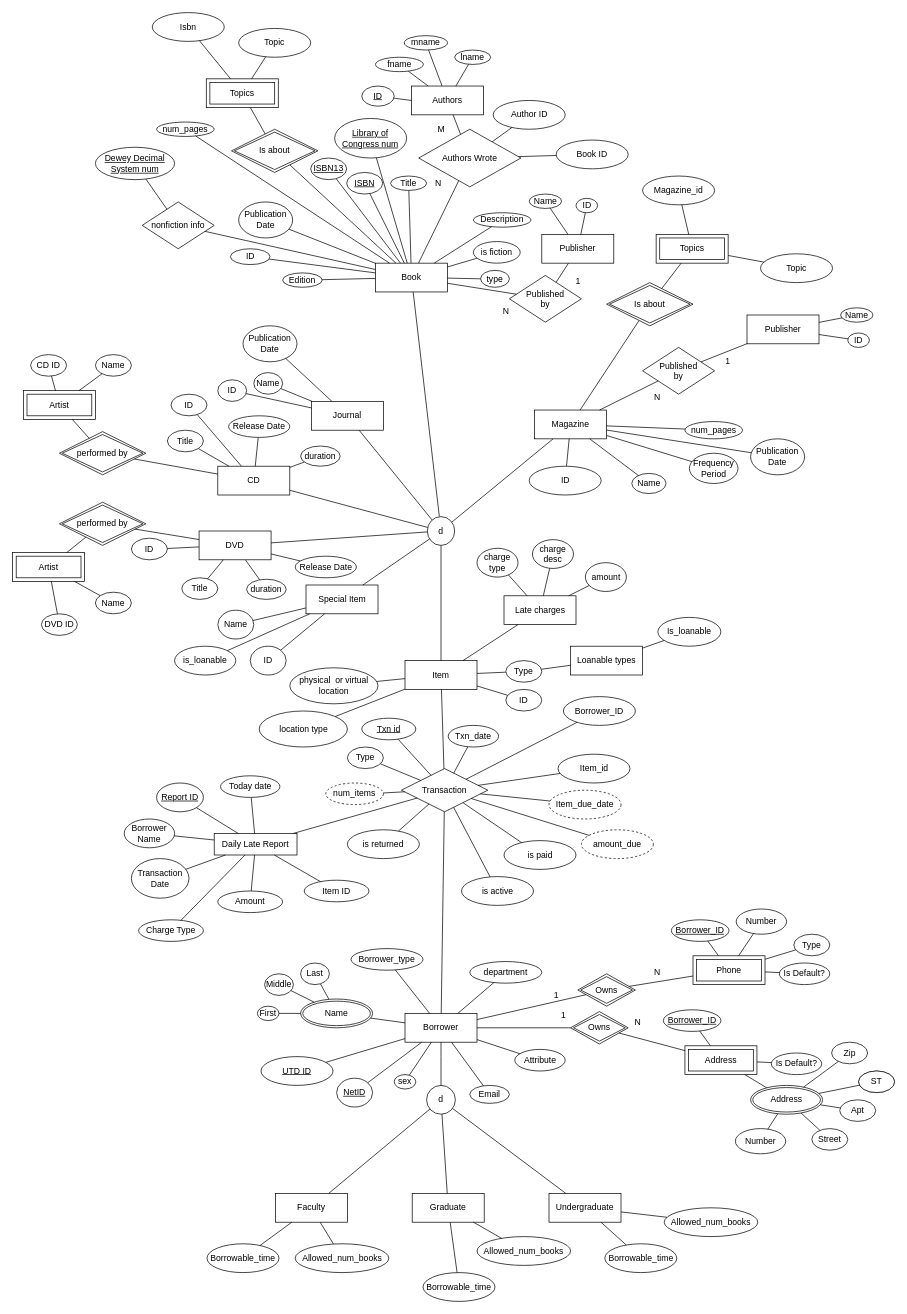
camelCaseGuy/databaseDesignDrawing keeps this draw.io diagram as library_er.drawio. Above is the earlier version. Source tidied: cells renumbered, new cells numbered last; positions are measured from the earlier drawing's top-left corner, leaving out a move shared by most shapes. Both pictures are drawn from the tidied source at 72%, with x=0, y=0 at pixel (12, 12).
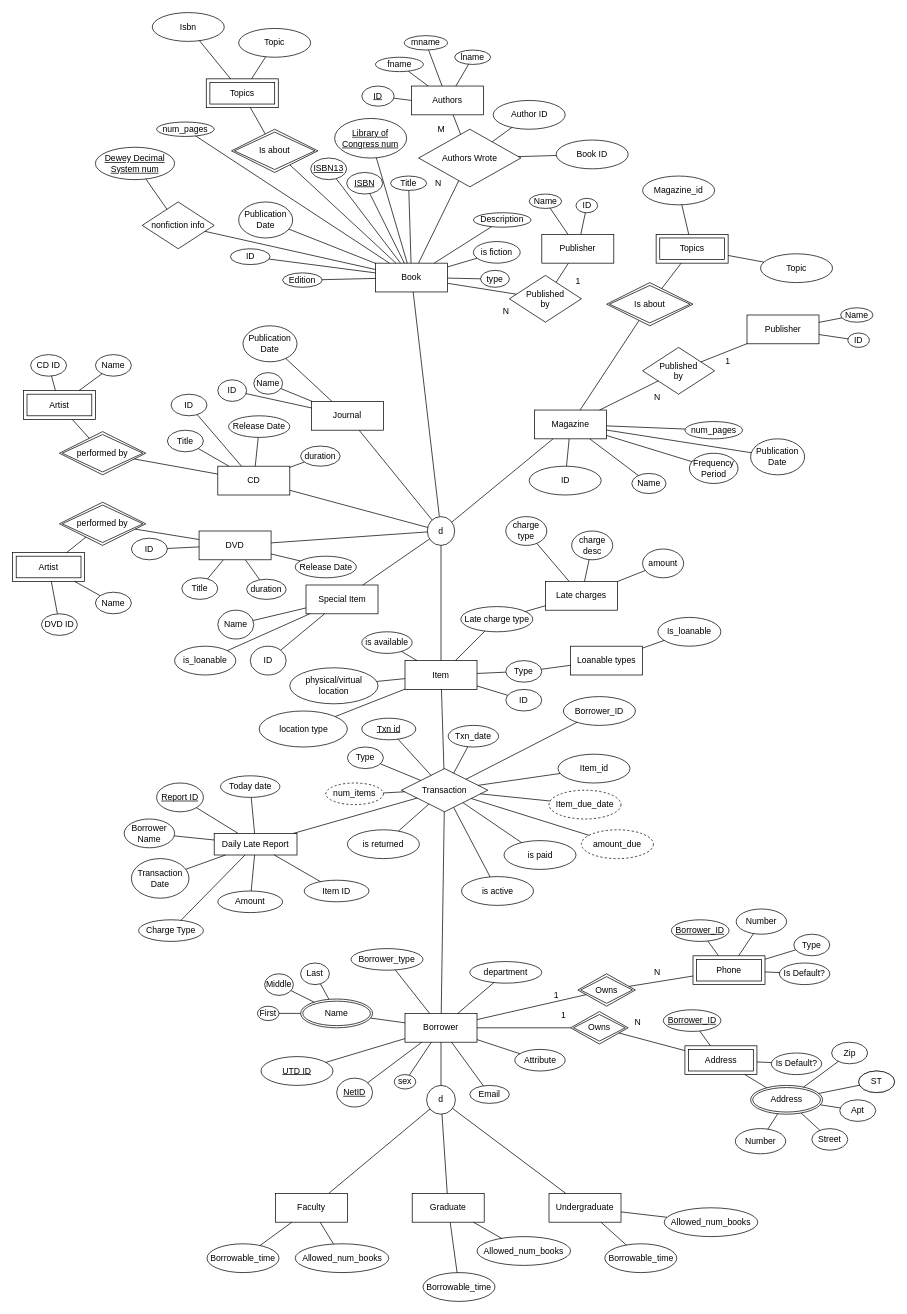
Above is the later version.

The change refers to these unchanged cells:
```xml
<mxCell id="69" value="Item" style="whiteSpace=wrap;html=1;align=center;" parent="1" vertex="1">
  <mxGeometry x="545" y="900" width="100" height="40" as="geometry" />
</mxCell>
```

Change to the diagram source:
```diff
@@
     <mxCell id="225" value="Late charges" style="whiteSpace=wrap;html=1;align=center;" parent="1" vertex="1">
-      <mxGeometry x="682.5" y="810" width="100" height="40" as="geometry" />
+      <mxGeometry x="740" y="790" width="100" height="40" as="geometry" />
     </mxCell>
-    <mxCell id="226" style="endArrow=none;html=1;rounded=0;" parent="1" edge="1" source="69" target="225">
-      <mxGeometry relative="1" as="geometry" />
-    </mxCell>
     <mxCell id="227" value="charge type" style="ellipse;whiteSpace=wrap;html=1;align=center;" parent="1" vertex="1">
-      <mxGeometry x="645" y="744" width="57" height="40" as="geometry" />
+      <mxGeometry x="685" y="700" width="57" height="40" as="geometry" />
     </mxCell>
@@
     <mxCell id="231" value="amount" style="ellipse;whiteSpace=wrap;html=1;align=center;" parent="1" vertex="1">
-      <mxGeometry x="795.5" y="764" width="57" height="40" as="geometry" />
+      <mxGeometry x="875" y="745" width="57" height="40" as="geometry" />
     </mxCell>
@@
     <mxCell id="233" value="charge desc" style="ellipse;whiteSpace=wrap;html=1;align=center;" parent="1" vertex="1">
-      <mxGeometry x="722" y="732" width="57" height="40" as="geometry" />
+      <mxGeometry x="776.5" y="720" width="57" height="40" as="geometry" />
     </mxCell>
@@
-    <mxCell id="277" value="physical&amp;nbsp; or virtual location" style="ellipse;whiteSpace=wrap;html=1;align=center;" parent="1" vertex="1">
+    <mxCell id="277" value="physical/virtual location" style="ellipse;whiteSpace=wrap;html=1;align=center;" parent="1" vertex="1">
       <mxGeometry x="385" y="910" width="122.5" height="50" as="geometry" />
     </mxCell>
@@
+    <mxCell id="292" value="is available" style="ellipse;whiteSpace=wrap;html=1;align=center;" parent="1" vertex="1">
+      <mxGeometry x="485" y="860" width="70" height="30" as="geometry" />
+    </mxCell>
+    <mxCell id="293" style="endArrow=none;html=1;rounded=0;" parent="1" edge="1" source="292" target="69">
+      <mxGeometry relative="1" as="geometry" />
+    </mxCell>
+    <mxCell id="294" value="Late charge type" style="ellipse;whiteSpace=wrap;html=1;align=center;" parent="1" vertex="1">
+      <mxGeometry x="622.5" y="825" width="100" height="35" as="geometry" />
+    </mxCell>
+    <mxCell id="295" style="endArrow=none;html=1;rounded=0;" parent="1" edge="1" source="69" target="294">
+      <mxGeometry relative="1" as="geometry" />
+    </mxCell>
+    <mxCell id="296" style="endArrow=none;html=1;rounded=0;" parent="1" edge="1" source="294" target="225">
+      <mxGeometry relative="1" as="geometry" />
+    </mxCell>
```
